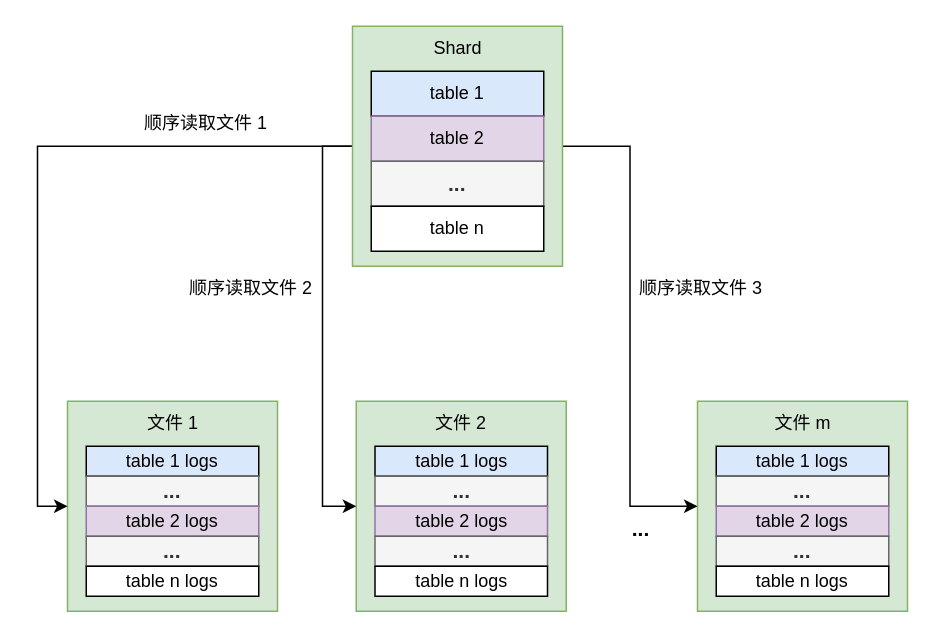
This is rocksshard.drawio from Rachelint/drawio-store, a draw.io file, before an edit. Source tidied: cells renumbered, new cells numbered last; positions are measured from the earlier drawing's top-left corner, leaving out a move shared by most shapes. Both pictures are drawn from the tidied source at 150%, with x=0, y=0 at pixel (68, 26).
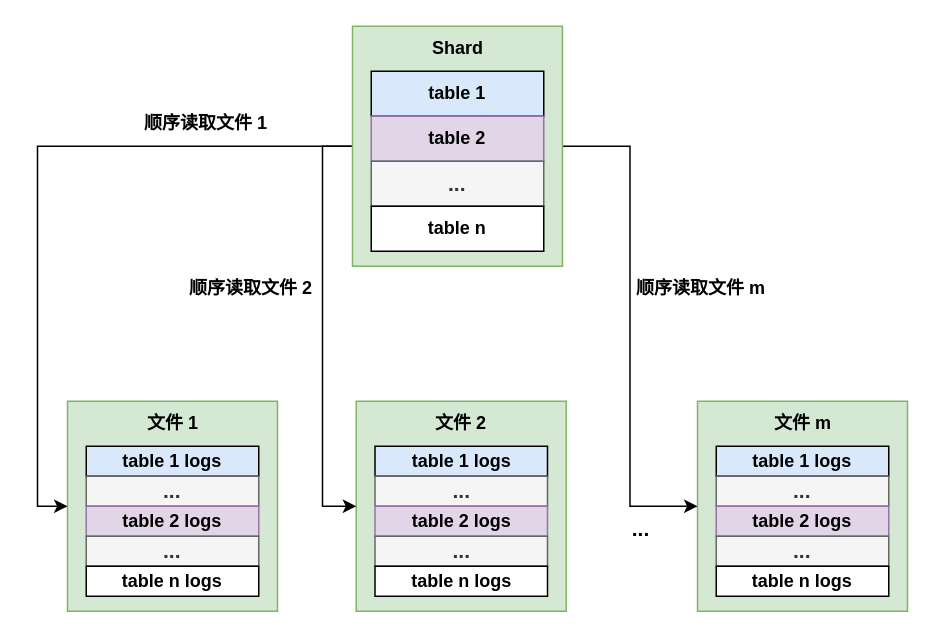
The same page after the edit.

Diff of the diagram source:
```diff
@@
-    <mxCell id="2" style="rounded=0;whiteSpace=wrap;html=1;fillColor=#d5e8d4;strokeColor=#82b366;" parent="1" vertex="1">
+    <mxCell id="2" style="rounded=0;whiteSpace=wrap;html=1;fillColor=#d5e8d4;strokeColor=#82b366;fontStyle=1;" parent="1" vertex="1">
       <mxGeometry x="419.5" y="250" width="140" height="140" as="geometry" />
     </mxCell>
-    <mxCell id="3" style="rounded=0;whiteSpace=wrap;html=1;fillColor=#d5e8d4;strokeColor=#82b366;" parent="1" vertex="1">
+    <mxCell id="3" style="rounded=0;whiteSpace=wrap;html=1;fillColor=#d5e8d4;strokeColor=#82b366;fontStyle=1;" parent="1" vertex="1">
       <mxGeometry x="192" y="250" width="140" height="140" as="geometry" />
     </mxCell>
-    <mxCell id="4" style="rounded=0;whiteSpace=wrap;html=1;fillColor=#d5e8d4;strokeColor=#82b366;" parent="1" vertex="1">
+    <mxCell id="4" style="rounded=0;whiteSpace=wrap;html=1;fillColor=#d5e8d4;strokeColor=#82b366;fontStyle=1;" parent="1" vertex="1">
       <mxGeometry x="-0.5" y="250" width="140" height="140" as="geometry" />
     </mxCell>
-    <mxCell id="5" style="edgeStyle=orthogonalEdgeStyle;rounded=0;jettySize=auto;html=1;exitX=0;exitY=0.5;exitDx=0;exitDy=0;entryX=0;entryY=0.5;entryDx=0;entryDy=0;" parent="1" edge="1" source="8" target="4">
+    <mxCell id="5" style="edgeStyle=orthogonalEdgeStyle;rounded=0;jettySize=auto;html=1;exitX=0;exitY=0.5;exitDx=0;exitDy=0;entryX=0;entryY=0.5;entryDx=0;entryDy=0;fontStyle=1;" parent="1" edge="1" source="8" target="4">
       <mxGeometry relative="1" as="geometry" />
     </mxCell>
-    <mxCell id="6" style="edgeStyle=orthogonalEdgeStyle;rounded=0;jettySize=auto;html=1;exitX=0;exitY=0.5;exitDx=0;exitDy=0;entryX=0;entryY=0.5;entryDx=0;entryDy=0;" parent="1" edge="1" source="8" target="3">
+    <mxCell id="6" style="edgeStyle=orthogonalEdgeStyle;rounded=0;jettySize=auto;html=1;exitX=0;exitY=0.5;exitDx=0;exitDy=0;entryX=0;entryY=0.5;entryDx=0;entryDy=0;fontStyle=1;" parent="1" edge="1" source="8" target="3">
       <mxGeometry relative="1" as="geometry" />
     </mxCell>
-    <mxCell id="7" style="edgeStyle=orthogonalEdgeStyle;rounded=0;jettySize=auto;html=1;exitX=1;exitY=0.5;exitDx=0;exitDy=0;entryX=0;entryY=0.5;entryDx=0;entryDy=0;" parent="1" edge="1" source="8" target="2">
+    <mxCell id="7" style="edgeStyle=orthogonalEdgeStyle;rounded=0;jettySize=auto;html=1;exitX=1;exitY=0.5;exitDx=0;exitDy=0;entryX=0;entryY=0.5;entryDx=0;entryDy=0;fontStyle=1;" parent="1" edge="1" source="8" target="2">
       <mxGeometry relative="1" as="geometry" />
     </mxCell>
-    <mxCell id="8" style="rounded=0;whiteSpace=wrap;html=1;fillColor=#d5e8d4;strokeColor=#82b366;" parent="1" vertex="1">
+    <mxCell id="8" style="rounded=0;whiteSpace=wrap;html=1;fillColor=#d5e8d4;strokeColor=#82b366;fontStyle=1;" parent="1" vertex="1">
       <mxGeometry x="189.5" width="140" height="160" as="geometry" />
     </mxCell>
-    <mxCell id="9" value="table 1" style="rounded=0;whiteSpace=wrap;html=1;fillColor=#dae8fc;strokeColor=#000000;" parent="1" vertex="1">
+    <mxCell id="9" value="table 1" style="rounded=0;whiteSpace=wrap;html=1;fillColor=#dae8fc;strokeColor=#000000;fontStyle=1;" parent="1" vertex="1">
       <mxGeometry x="202" y="30" width="115" height="30" as="geometry" />
     </mxCell>
-    <mxCell id="10" value="table 2" style="rounded=0;whiteSpace=wrap;html=1;fillColor=#e1d5e7;strokeColor=#9673a6;" parent="1" vertex="1">
+    <mxCell id="10" value="table 2" style="rounded=0;whiteSpace=wrap;html=1;fillColor=#e1d5e7;strokeColor=#9673a6;fontStyle=1;" parent="1" vertex="1">
       <mxGeometry x="202" y="60" width="115" height="30" as="geometry" />
     </mxCell>
-    <mxCell id="11" value="&lt;font style=&quot;font-size: 14px;&quot;&gt;&lt;b&gt;...&lt;/b&gt;&lt;/font&gt;" style="rounded=0;whiteSpace=wrap;html=1;fillColor=#f5f5f5;strokeColor=#666666;fontColor=#333333;" parent="1" vertex="1">
+    <mxCell id="11" value="&lt;font style=&quot;font-size: 14px;&quot;&gt;&lt;span&gt;...&lt;/span&gt;&lt;/font&gt;" style="rounded=0;whiteSpace=wrap;html=1;fillColor=#f5f5f5;strokeColor=#666666;fontColor=#333333;fontStyle=1;" parent="1" vertex="1">
       <mxGeometry x="202" y="90" width="115" height="30" as="geometry" />
     </mxCell>
-    <mxCell id="12" value="table n" style="rounded=0;whiteSpace=wrap;html=1;" parent="1" vertex="1">
+    <mxCell id="12" value="table n" style="rounded=0;whiteSpace=wrap;html=1;fontStyle=1;" parent="1" vertex="1">
       <mxGeometry x="202" y="120" width="115" height="30" as="geometry" />
     </mxCell>
-    <mxCell id="13" value="Shard" style="text;html=1;strokeColor=none;fillColor=none;align=center;verticalAlign=middle;whiteSpace=wrap;rounded=0;" parent="1" vertex="1">
+    <mxCell id="13" value="Shard" style="text;html=1;strokeColor=none;fillColor=none;align=center;verticalAlign=middle;whiteSpace=wrap;rounded=0;fontStyle=1;" parent="1" vertex="1">
       <mxGeometry x="230" width="60" height="30" as="geometry" />
     </mxCell>
-    <mxCell id="14" value="table 1 logs" style="rounded=0;whiteSpace=wrap;html=1;fillColor=#dae8fc;strokeColor=#000000;" parent="1" vertex="1">
+    <mxCell id="14" value="table 1 logs" style="rounded=0;whiteSpace=wrap;html=1;fillColor=#dae8fc;strokeColor=#000000;fontStyle=1;" parent="1" vertex="1">
       <mxGeometry x="12" y="280" width="115" height="20" as="geometry" />
     </mxCell>
-    <mxCell id="15" value="&lt;font style=&quot;font-size: 14px;&quot;&gt;&lt;b&gt;...&lt;/b&gt;&lt;/font&gt;" style="rounded=0;whiteSpace=wrap;html=1;fillColor=#f5f5f5;strokeColor=#666666;fontColor=#333333;" parent="1" vertex="1">
+    <mxCell id="15" value="&lt;font style=&quot;font-size: 14px;&quot;&gt;&lt;span&gt;...&lt;/span&gt;&lt;/font&gt;" style="rounded=0;whiteSpace=wrap;html=1;fillColor=#f5f5f5;strokeColor=#666666;fontColor=#333333;fontStyle=1;" parent="1" vertex="1">
       <mxGeometry x="12" y="300" width="115" height="20" as="geometry" />
     </mxCell>
-    <mxCell id="16" value="table 2 logs" style="rounded=0;whiteSpace=wrap;html=1;fillColor=#e1d5e7;strokeColor=#9673a6;" parent="1" vertex="1">
+    <mxCell id="16" value="table 2 logs" style="rounded=0;whiteSpace=wrap;html=1;fillColor=#e1d5e7;strokeColor=#9673a6;fontStyle=1;" parent="1" vertex="1">
       <mxGeometry x="12" y="320" width="115" height="20" as="geometry" />
     </mxCell>
-    <mxCell id="17" value="&lt;font style=&quot;font-size: 14px;&quot;&gt;&lt;b&gt;...&lt;/b&gt;&lt;/font&gt;" style="rounded=0;whiteSpace=wrap;html=1;fillColor=#f5f5f5;strokeColor=#666666;fontColor=#333333;" parent="1" vertex="1">
+    <mxCell id="17" value="&lt;font style=&quot;font-size: 14px;&quot;&gt;&lt;span&gt;...&lt;/span&gt;&lt;/font&gt;" style="rounded=0;whiteSpace=wrap;html=1;fillColor=#f5f5f5;strokeColor=#666666;fontColor=#333333;fontStyle=1;" parent="1" vertex="1">
       <mxGeometry x="12" y="340" width="115" height="20" as="geometry" />
     </mxCell>
-    <mxCell id="18" value="table n logs" style="rounded=0;whiteSpace=wrap;html=1;" parent="1" vertex="1">
+    <mxCell id="18" value="table n logs" style="rounded=0;whiteSpace=wrap;html=1;fontStyle=1;" parent="1" vertex="1">
       <mxGeometry x="12" y="360" width="115" height="20" as="geometry" />
     </mxCell>
-    <mxCell id="19" value="table 1 logs" style="rounded=0;whiteSpace=wrap;html=1;fillColor=#dae8fc;strokeColor=#000000;" parent="1" vertex="1">
+    <mxCell id="19" value="table 1 logs" style="rounded=0;whiteSpace=wrap;html=1;fillColor=#dae8fc;strokeColor=#000000;fontStyle=1;" parent="1" vertex="1">
       <mxGeometry x="204.5" y="280" width="115" height="20" as="geometry" />
     </mxCell>
-    <mxCell id="20" value="&lt;font style=&quot;font-size: 14px;&quot;&gt;&lt;b&gt;...&lt;/b&gt;&lt;/font&gt;" style="rounded=0;whiteSpace=wrap;html=1;fillColor=#f5f5f5;strokeColor=#666666;fontColor=#333333;" parent="1" vertex="1">
+    <mxCell id="20" value="&lt;font style=&quot;font-size: 14px;&quot;&gt;&lt;span&gt;...&lt;/span&gt;&lt;/font&gt;" style="rounded=0;whiteSpace=wrap;html=1;fillColor=#f5f5f5;strokeColor=#666666;fontColor=#333333;fontStyle=1;" parent="1" vertex="1">
       <mxGeometry x="204.5" y="300" width="115" height="20" as="geometry" />
     </mxCell>
-    <mxCell id="21" value="table 2 logs" style="rounded=0;whiteSpace=wrap;html=1;fillColor=#e1d5e7;strokeColor=#9673a6;" parent="1" vertex="1">
+    <mxCell id="21" value="table 2 logs" style="rounded=0;whiteSpace=wrap;html=1;fillColor=#e1d5e7;strokeColor=#9673a6;fontStyle=1;" parent="1" vertex="1">
       <mxGeometry x="204.5" y="320" width="115" height="20" as="geometry" />
     </mxCell>
-    <mxCell id="22" value="&lt;font style=&quot;font-size: 14px;&quot;&gt;&lt;b&gt;...&lt;/b&gt;&lt;/font&gt;" style="rounded=0;whiteSpace=wrap;html=1;fillColor=#f5f5f5;strokeColor=#666666;fontColor=#333333;" parent="1" vertex="1">
+    <mxCell id="22" value="&lt;font style=&quot;font-size: 14px;&quot;&gt;&lt;span&gt;...&lt;/span&gt;&lt;/font&gt;" style="rounded=0;whiteSpace=wrap;html=1;fillColor=#f5f5f5;strokeColor=#666666;fontColor=#333333;fontStyle=1;" parent="1" vertex="1">
       <mxGeometry x="204.5" y="340" width="115" height="20" as="geometry" />
     </mxCell>
-    <mxCell id="23" value="table n logs" style="rounded=0;whiteSpace=wrap;html=1;" parent="1" vertex="1">
+    <mxCell id="23" value="table n logs" style="rounded=0;whiteSpace=wrap;html=1;fontStyle=1;" parent="1" vertex="1">
       <mxGeometry x="204.5" y="360" width="115" height="20" as="geometry" />
     </mxCell>
-    <mxCell id="24" value="table 1 logs" style="rounded=0;whiteSpace=wrap;html=1;fillColor=#dae8fc;strokeColor=#000000;" parent="1" vertex="1">
+    <mxCell id="24" value="table 1 logs" style="rounded=0;whiteSpace=wrap;html=1;fillColor=#dae8fc;strokeColor=#000000;fontStyle=1;" parent="1" vertex="1">
       <mxGeometry x="432" y="280" width="115" height="20" as="geometry" />
     </mxCell>
-    <mxCell id="25" value="&lt;font style=&quot;font-size: 14px;&quot;&gt;&lt;b&gt;...&lt;/b&gt;&lt;/font&gt;" style="rounded=0;whiteSpace=wrap;html=1;fillColor=#f5f5f5;strokeColor=#666666;fontColor=#333333;" parent="1" vertex="1">
+    <mxCell id="25" value="&lt;font style=&quot;font-size: 14px;&quot;&gt;&lt;span&gt;...&lt;/span&gt;&lt;/font&gt;" style="rounded=0;whiteSpace=wrap;html=1;fillColor=#f5f5f5;strokeColor=#666666;fontColor=#333333;fontStyle=1;" parent="1" vertex="1">
       <mxGeometry x="432" y="300" width="115" height="20" as="geometry" />
     </mxCell>
-    <mxCell id="26" value="table 2 logs" style="rounded=0;whiteSpace=wrap;html=1;fillColor=#e1d5e7;strokeColor=#9673a6;" parent="1" vertex="1">
+    <mxCell id="26" value="table 2 logs" style="rounded=0;whiteSpace=wrap;html=1;fillColor=#e1d5e7;strokeColor=#9673a6;fontStyle=1;" parent="1" vertex="1">
       <mxGeometry x="432" y="320" width="115" height="20" as="geometry" />
     </mxCell>
-    <mxCell id="27" value="&lt;font style=&quot;font-size: 14px;&quot;&gt;&lt;b&gt;...&lt;/b&gt;&lt;/font&gt;" style="rounded=0;whiteSpace=wrap;html=1;fillColor=#f5f5f5;strokeColor=#666666;fontColor=#333333;" parent="1" vertex="1">
+    <mxCell id="27" value="&lt;font style=&quot;font-size: 14px;&quot;&gt;&lt;span&gt;...&lt;/span&gt;&lt;/font&gt;" style="rounded=0;whiteSpace=wrap;html=1;fillColor=#f5f5f5;strokeColor=#666666;fontColor=#333333;fontStyle=1;" parent="1" vertex="1">
       <mxGeometry x="432" y="340" width="115" height="20" as="geometry" />
     </mxCell>
-    <mxCell id="28" value="table n logs" style="rounded=0;whiteSpace=wrap;html=1;" parent="1" vertex="1">
+    <mxCell id="28" value="table n logs" style="rounded=0;whiteSpace=wrap;html=1;fontStyle=1;" parent="1" vertex="1">
       <mxGeometry x="432" y="360" width="115" height="20" as="geometry" />
     </mxCell>
-    <mxCell id="29" value="&lt;font style=&quot;font-size: 14px;&quot;&gt;&lt;b&gt;...&lt;/b&gt;&lt;br&gt;&lt;/font&gt;" style="text;html=1;strokeColor=none;fillColor=none;align=center;verticalAlign=middle;whiteSpace=wrap;rounded=0;" parent="1" vertex="1">
+    <mxCell id="29" value="&lt;font style=&quot;font-size: 14px;&quot;&gt;&lt;span&gt;...&lt;/span&gt;&lt;br&gt;&lt;/font&gt;" style="text;html=1;strokeColor=none;fillColor=none;align=center;verticalAlign=middle;whiteSpace=wrap;rounded=0;fontStyle=1;" parent="1" vertex="1">
       <mxGeometry x="352" y="320" width="60" height="30" as="geometry" />
     </mxCell>
-    <mxCell id="30" value="文件 1" style="text;html=1;strokeColor=none;fillColor=none;align=center;verticalAlign=middle;whiteSpace=wrap;rounded=0;" parent="1" vertex="1">
+    <mxCell id="30" value="文件 1" style="text;html=1;strokeColor=none;fillColor=none;align=center;verticalAlign=middle;whiteSpace=wrap;rounded=0;fontStyle=1;" parent="1" vertex="1">
       <mxGeometry x="39.5" y="250" width="60" height="30" as="geometry" />
     </mxCell>
-    <mxCell id="31" value="文件 2" style="text;html=1;strokeColor=none;fillColor=none;align=center;verticalAlign=middle;whiteSpace=wrap;rounded=0;" parent="1" vertex="1">
+    <mxCell id="31" value="文件 2" style="text;html=1;strokeColor=none;fillColor=none;align=center;verticalAlign=middle;whiteSpace=wrap;rounded=0;fontStyle=1;" parent="1" vertex="1">
       <mxGeometry x="232" y="250" width="60" height="30" as="geometry" />
     </mxCell>
-    <mxCell id="32" value="文件 m" style="text;html=1;strokeColor=none;fillColor=none;align=center;verticalAlign=middle;whiteSpace=wrap;rounded=0;" parent="1" vertex="1">
+    <mxCell id="32" value="文件 m" style="text;html=1;strokeColor=none;fillColor=none;align=center;verticalAlign=middle;whiteSpace=wrap;rounded=0;fontStyle=1;" parent="1" vertex="1">
       <mxGeometry x="459.5" y="250" width="60" height="30" as="geometry" />
     </mxCell>
-    <mxCell id="33" value="顺序读取文件 1" style="text;html=1;strokeColor=none;fillColor=none;align=center;verticalAlign=middle;whiteSpace=wrap;rounded=0;" parent="1" vertex="1">
+    <mxCell id="33" value="顺序读取文件 1" style="text;html=1;strokeColor=none;fillColor=none;align=center;verticalAlign=middle;whiteSpace=wrap;rounded=0;fontStyle=1;" parent="1" vertex="1">
       <mxGeometry x="42" y="50" width="100" height="30" as="geometry" />
     </mxCell>
-    <mxCell id="34" value="顺序读取文件 2" style="text;html=1;strokeColor=none;fillColor=none;align=center;verticalAlign=middle;whiteSpace=wrap;rounded=0;" parent="1" vertex="1">
+    <mxCell id="34" value="顺序读取文件 2" style="text;html=1;strokeColor=none;fillColor=none;align=center;verticalAlign=middle;whiteSpace=wrap;rounded=0;fontStyle=1;" parent="1" vertex="1">
       <mxGeometry x="72" y="160" width="100" height="30" as="geometry" />
     </mxCell>
-    <mxCell id="35" value="顺序读取文件 3" style="text;html=1;strokeColor=none;fillColor=none;align=center;verticalAlign=middle;whiteSpace=wrap;rounded=0;" parent="1" vertex="1">
+    <mxCell id="35" value="顺序读取文件 m" style="text;html=1;strokeColor=none;fillColor=none;align=center;verticalAlign=middle;whiteSpace=wrap;rounded=0;fontStyle=1;" parent="1" vertex="1">
       <mxGeometry x="372" y="160" width="100" height="30" as="geometry" />
     </mxCell>
```
